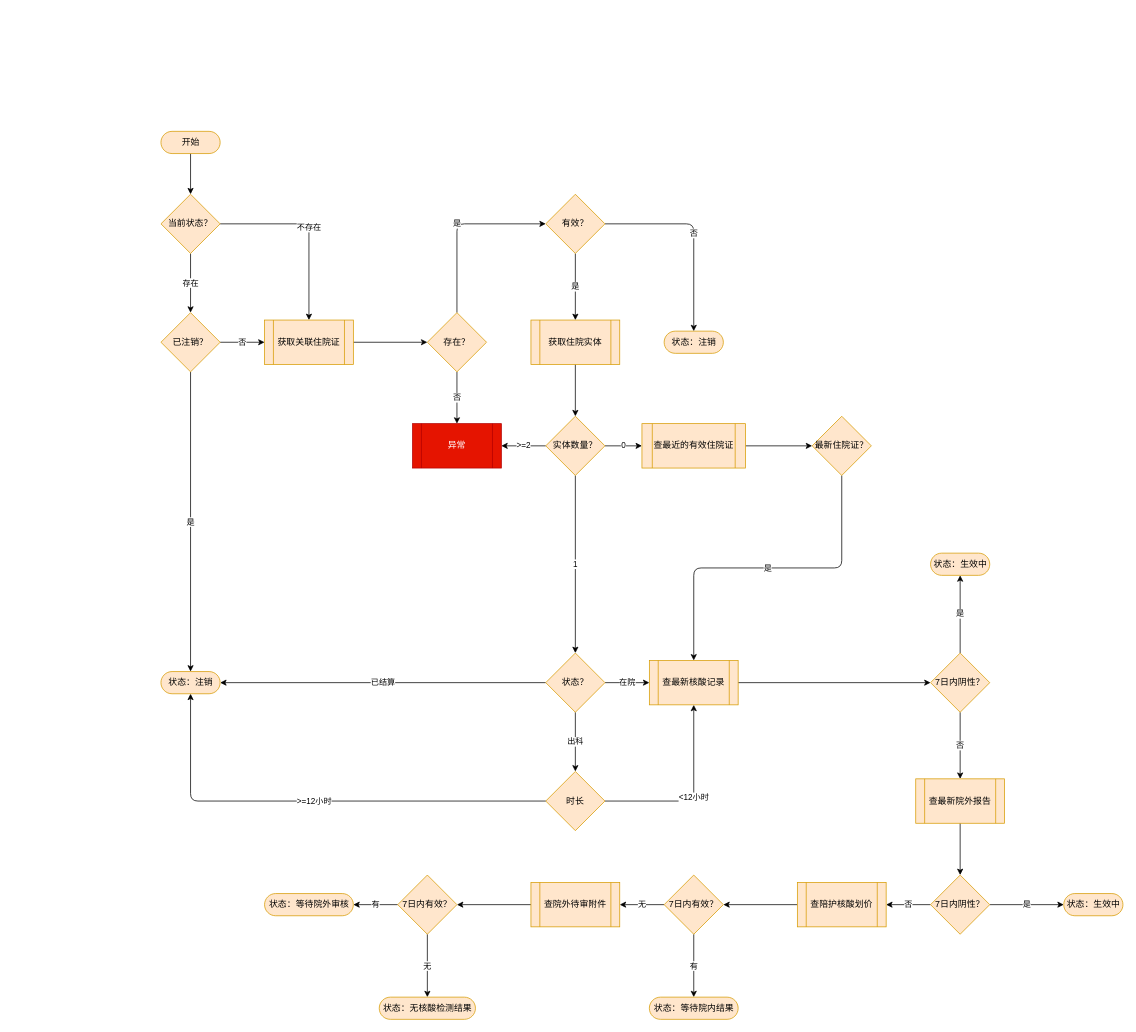
Earlier version of the draw.io diagram src/main/resources/drawio/获取陪护证实时状态.drawio (walnut-qin/springboot.skynet). Source tidied: cells renumbered, new cells numbered last; positions are measured from the earlier drawing's top-left corner, leaving out a move shared by most shapes. Both pictures are drawn from the tidied source at 74%, with x=0, y=0 at pixel (161, 131).
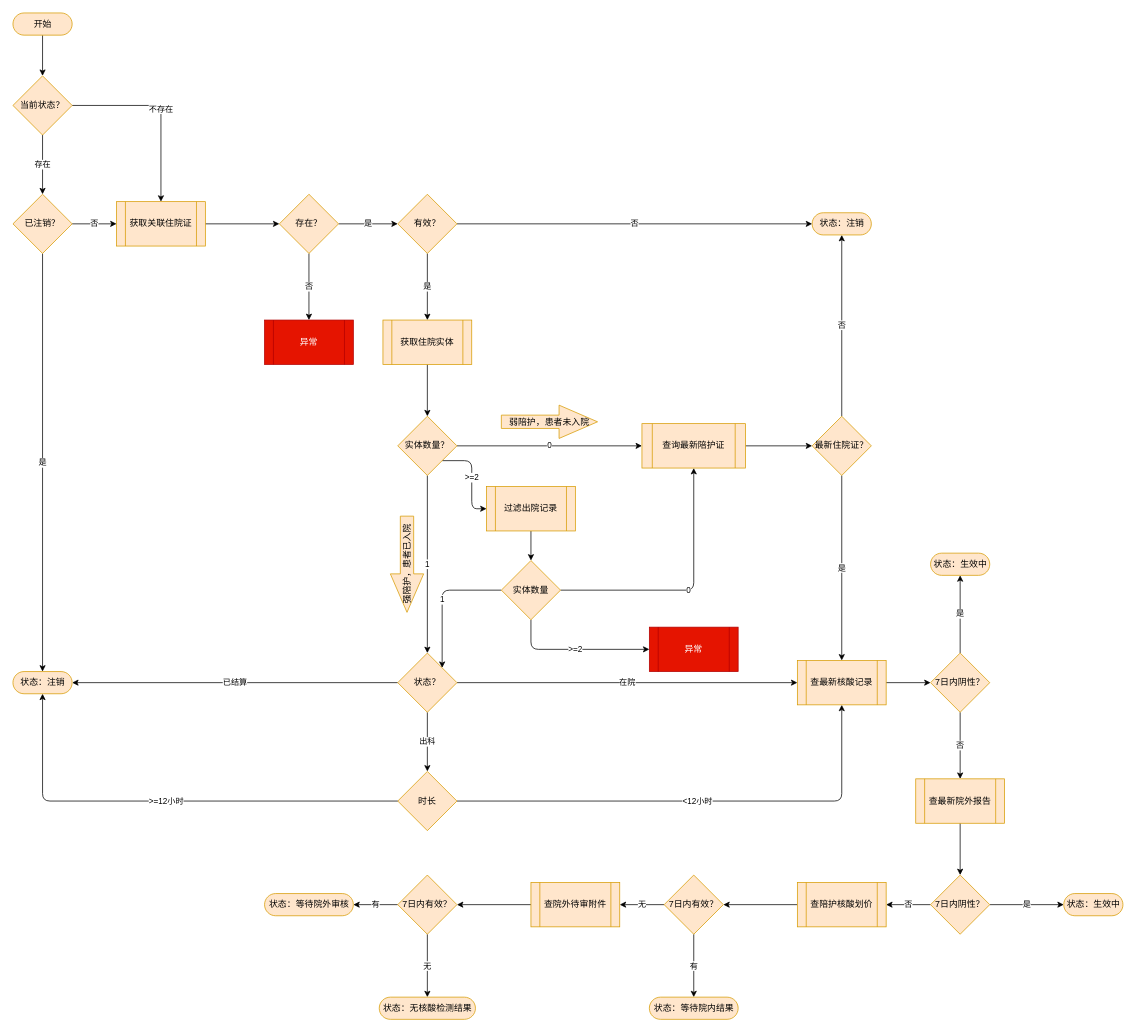
After the change.

Commit message (it also covers changes not shown here):
重新设计逻辑

Unchanged cells that the change refers to:
```xml
<mxCell id="29" value="最新住院证？" style="rhombus;whiteSpace=wrap;html=1;dashed=0;strokeColor=#d79b00;fillColor=#ffe6cc;" parent="1" vertex="1">
  <mxGeometry x="880" y="385" width="80" height="80" as="geometry" />
</mxCell>
```

Change to the diagram source:
```diff
@@
     <mxCell id="3" value="开始" style="html=1;dashed=0;whitespace=wrap;shape=mxgraph.dfd.start;fillColor=#ffe6cc;strokeColor=#d79b00;" parent="1" vertex="1">
-      <mxGeometry width="80" height="30" as="geometry" />
+      <mxGeometry x="-200" y="-160" width="80" height="30" as="geometry" />
     </mxCell>
@@
     <mxCell id="6" value="当前状态？" style="rhombus;whiteSpace=wrap;html=1;dashed=0;strokeColor=#d79b00;fillColor=#ffe6cc;" parent="1" vertex="1">
-      <mxGeometry y="85" width="80" height="80" as="geometry" />
+      <mxGeometry x="-200" y="-75" width="80" height="80" as="geometry" />
     </mxCell>
@@
     <mxCell id="9" value="已注销？" style="rhombus;whiteSpace=wrap;html=1;dashed=0;strokeColor=#d79b00;fillColor=#ffe6cc;" parent="1" vertex="1">
-      <mxGeometry y="245" width="80" height="80" as="geometry" />
+      <mxGeometry x="-200" y="85" width="80" height="80" as="geometry" />
     </mxCell>
@@
     <mxCell id="11" value="获取关联住院证" style="shape=process;whiteSpace=wrap;html=1;backgroundOutline=1;dashed=0;strokeColor=#d79b00;fillColor=#ffe6cc;" parent="1" vertex="1">
-      <mxGeometry x="140" y="255" width="120" height="60" as="geometry" />
+      <mxGeometry x="-60" y="95" width="120" height="60" as="geometry" />
     </mxCell>
@@
     <mxCell id="13" value="获取住院实体" style="shape=process;whiteSpace=wrap;html=1;backgroundOutline=1;dashed=0;strokeColor=#d79b00;fillColor=#ffe6cc;" parent="1" vertex="1">
-      <mxGeometry x="500" y="255" width="120" height="60" as="geometry" />
+      <mxGeometry x="300" y="255" width="120" height="60" as="geometry" />
     </mxCell>
-    <mxCell id="14" value="&amp;gt;=2" style="edgeStyle=none;html=1;" parent="1" edge="1" source="17" target="18">
-      <mxGeometry relative="1" as="geometry" />
-    </mxCell>
@@
+    <mxCell id="63" value="&amp;gt;=2" style="edgeStyle=orthogonalEdgeStyle;html=1;exitX=1;exitY=1;exitDx=0;exitDy=0;entryX=0;entryY=0.5;entryDx=0;entryDy=0;" parent="1" edge="1" source="17" target="68">
+      <mxGeometry relative="1" as="geometry" />
+    </mxCell>
     <mxCell id="17" value="实体数量？" style="rhombus;whiteSpace=wrap;html=1;dashed=0;strokeColor=#d79b00;fillColor=#ffe6cc;" parent="1" vertex="1">
-      <mxGeometry x="520" y="385" width="80" height="80" as="geometry" />
+      <mxGeometry x="320" y="385" width="80" height="80" as="geometry" />
     </mxCell>
     <mxCell id="18" value="异常" style="shape=process;whiteSpace=wrap;html=1;backgroundOutline=1;dashed=0;strokeColor=#B20000;fillColor=#e51400;fontColor=#ffffff;" parent="1" vertex="1">
-      <mxGeometry x="340" y="395" width="120" height="60" as="geometry" />
+      <mxGeometry x="140" y="255" width="120" height="60" as="geometry" />
     </mxCell>
@@
     <mxCell id="22" value="状态？" style="rhombus;whiteSpace=wrap;html=1;dashed=0;strokeColor=#d79b00;fillColor=#ffe6cc;" parent="1" vertex="1">
-      <mxGeometry x="520" y="705" width="80" height="80" as="geometry" />
+      <mxGeometry x="320" y="705" width="80" height="80" as="geometry" />
     </mxCell>
@@
     <mxCell id="24" value="时长" style="rhombus;whiteSpace=wrap;html=1;dashed=0;strokeColor=#d79b00;fillColor=#ffe6cc;" parent="1" vertex="1">
-      <mxGeometry x="520" y="865" width="80" height="80" as="geometry" />
+      <mxGeometry x="320" y="865" width="80" height="80" as="geometry" />
     </mxCell>
@@
     <mxCell id="27" value="查最新核酸记录" style="shape=process;whiteSpace=wrap;html=1;backgroundOutline=1;dashed=0;strokeColor=#d79b00;fillColor=#ffe6cc;" parent="1" vertex="1">
-      <mxGeometry x="660" y="715" width="120" height="60" as="geometry" />
+      <mxGeometry x="860" y="715" width="120" height="60" as="geometry" />
     </mxCell>
@@
+    <mxCell id="64" value="否" style="edgeStyle=orthogonalEdgeStyle;html=1;exitX=0.5;exitY=0;exitDx=0;exitDy=0;entryX=0.5;entryY=0.5;entryDx=0;entryDy=15;entryPerimeter=0;" parent="1" edge="1" source="29" target="30">
+      <mxGeometry relative="1" as="geometry" />
+    </mxCell>
@@
     <mxCell id="30" value="状态：注销" style="html=1;dashed=0;whitespace=wrap;shape=mxgraph.dfd.start;fillColor=#ffe6cc;strokeColor=#d79b00;" parent="1" vertex="1">
-      <mxGeometry x="680" y="270" width="80" height="30" as="geometry" />
+      <mxGeometry x="880" y="110" width="80" height="30" as="geometry" />
     </mxCell>
     <mxCell id="31" value="&lt;span&gt;状态：注销&lt;/span&gt;" style="html=1;dashed=0;whitespace=wrap;shape=mxgraph.dfd.start;fillColor=#ffe6cc;strokeColor=#d79b00;" parent="1" vertex="1">
-      <mxGeometry y="730" width="80" height="30" as="geometry" />
+      <mxGeometry x="-200" y="730" width="80" height="30" as="geometry" />
     </mxCell>
@@
-    <mxCell id="56" value="是" style="edgeStyle=orthogonalEdgeStyle;html=1;exitX=0.5;exitY=0;exitDx=0;exitDy=0;entryX=0;entryY=0.5;entryDx=0;entryDy=0;" parent="1" edge="1" source="57" target="60">
+    <mxCell id="56" value="是" style="edgeStyle=orthogonalEdgeStyle;html=1;exitX=1;exitY=0.5;exitDx=0;exitDy=0;entryX=0;entryY=0.5;entryDx=0;entryDy=0;" parent="1" edge="1" source="57" target="60">
       <mxGeometry relative="1" as="geometry" />
     </mxCell>
     <mxCell id="57" value="存在？" style="rhombus;whiteSpace=wrap;html=1;dashed=0;strokeColor=#d79b00;fillColor=#ffe6cc;" parent="1" vertex="1">
-      <mxGeometry x="360" y="245" width="80" height="80" as="geometry" />
+      <mxGeometry x="160" y="85" width="80" height="80" as="geometry" />
     </mxCell>
@@
-    <mxCell id="59" value="否" style="edgeStyle=orthogonalEdgeStyle;html=1;exitX=1;exitY=0.5;exitDx=0;exitDy=0;entryX=0.5;entryY=0.5;entryDx=0;entryDy=-15;entryPerimeter=0;" parent="1" edge="1" source="60" target="30">
+    <mxCell id="59" value="否" style="edgeStyle=orthogonalEdgeStyle;html=1;exitX=1;exitY=0.5;exitDx=0;exitDy=0;entryX=0;entryY=0.5;entryDx=0;entryDy=0;entryPerimeter=0;" parent="1" edge="1" source="60" target="30">
       <mxGeometry relative="1" as="geometry" />
     </mxCell>
     <mxCell id="60" value="有效？" style="rhombus;whiteSpace=wrap;html=1;dashed=0;strokeColor=#d79b00;fillColor=#ffe6cc;" parent="1" vertex="1">
-      <mxGeometry x="520" y="85" width="80" height="80" as="geometry" />
+      <mxGeometry x="320" y="85" width="80" height="80" as="geometry" />
     </mxCell>
@@
-    <mxCell id="62" value="查最近的有效住院证" style="shape=process;whiteSpace=wrap;html=1;backgroundOutline=1;dashed=0;strokeColor=#d79b00;fillColor=#ffe6cc;" parent="1" vertex="1">
+    <mxCell id="62" value="查询最新陪护证" style="shape=process;whiteSpace=wrap;html=1;backgroundOutline=1;dashed=0;strokeColor=#d79b00;fillColor=#ffe6cc;" parent="1" vertex="1">
       <mxGeometry x="650" y="395" width="140" height="60" as="geometry" />
     </mxCell>
+    <mxCell id="65" value="&lt;span&gt;弱陪护，患者未入院&lt;/span&gt;" style="shape=singleArrow;whiteSpace=wrap;html=1;arrowWidth=0.4;arrowSize=0.4;dashed=0;strokeColor=#d79b00;fillColor=#ffe6cc;" parent="1" vertex="1">
+      <mxGeometry x="460" y="370" width="130" height="45" as="geometry" />
+    </mxCell>
+    <mxCell id="66" value="&lt;span&gt;强陪护，患者已入院&lt;/span&gt;" style="shape=singleArrow;whiteSpace=wrap;html=1;arrowWidth=0.4;arrowSize=0.4;dashed=0;strokeColor=#d79b00;fillColor=#ffe6cc;direction=south;horizontal=0;verticalAlign=middle;" parent="1" vertex="1">
+      <mxGeometry x="310" y="520" width="45" height="130" as="geometry" />
+    </mxCell>
+    <mxCell id="67" style="edgeStyle=orthogonalEdgeStyle;html=1;" parent="1" edge="1" source="68" target="72">
+      <mxGeometry relative="1" as="geometry" />
+    </mxCell>
+    <mxCell id="68" value="过滤出院记录" style="shape=process;whiteSpace=wrap;html=1;backgroundOutline=1;dashed=0;strokeColor=#d79b00;fillColor=#ffe6cc;" parent="1" vertex="1">
+      <mxGeometry x="440" y="480" width="120" height="60" as="geometry" />
+    </mxCell>
+    <mxCell id="69" value="1" style="edgeStyle=orthogonalEdgeStyle;html=1;exitX=0;exitY=0.5;exitDx=0;exitDy=0;entryX=1;entryY=0;entryDx=0;entryDy=0;" parent="1" edge="1" source="72" target="22">
+      <mxGeometry relative="1" as="geometry" />
+    </mxCell>
+    <mxCell id="70" value="0" style="edgeStyle=orthogonalEdgeStyle;html=1;exitX=1;exitY=0.5;exitDx=0;exitDy=0;entryX=0.5;entryY=1;entryDx=0;entryDy=0;" parent="1" edge="1" source="72" target="62">
+      <mxGeometry relative="1" as="geometry" />
+    </mxCell>
+    <mxCell id="71" value="&amp;gt;=2" style="edgeStyle=orthogonalEdgeStyle;html=1;exitX=0.5;exitY=1;exitDx=0;exitDy=0;entryX=0;entryY=0.5;entryDx=0;entryDy=0;" parent="1" edge="1" source="72" target="73">
+      <mxGeometry relative="1" as="geometry" />
+    </mxCell>
+    <mxCell id="72" value="实体数量" style="rhombus;whiteSpace=wrap;html=1;dashed=0;strokeColor=#d79b00;fillColor=#ffe6cc;" parent="1" vertex="1">
+      <mxGeometry x="460" y="580" width="80" height="80" as="geometry" />
+    </mxCell>
+    <mxCell id="73" value="异常" style="shape=process;whiteSpace=wrap;html=1;backgroundOutline=1;dashed=0;strokeColor=#B20000;fillColor=#e51400;fontColor=#ffffff;" parent="1" vertex="1">
+      <mxGeometry x="660" y="670" width="120" height="60" as="geometry" />
+    </mxCell>
```
